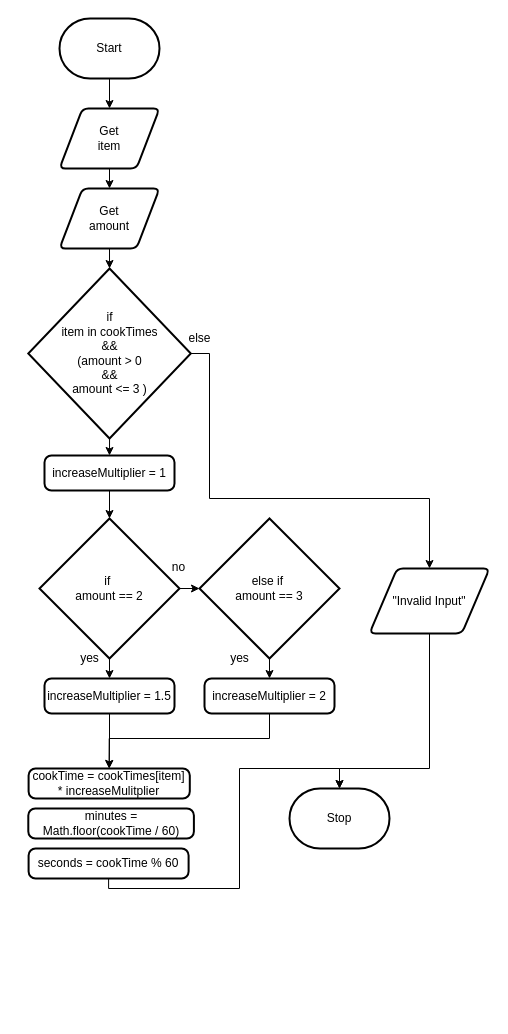
This is Unit1-03/design/flowchart.drawio from evan-beaudoin99/ICS4U-Unit1-Evan-Beaudoin, a draw.io file, before an edit. Source tidied: cells renumbered, new cells numbered last; positions are measured from the earlier drawing's top-left corner, leaving out a move shared by most shapes. Both pictures are drawn from the tidied source at 100%, with x=0, y=0 at pixel (28, 18).
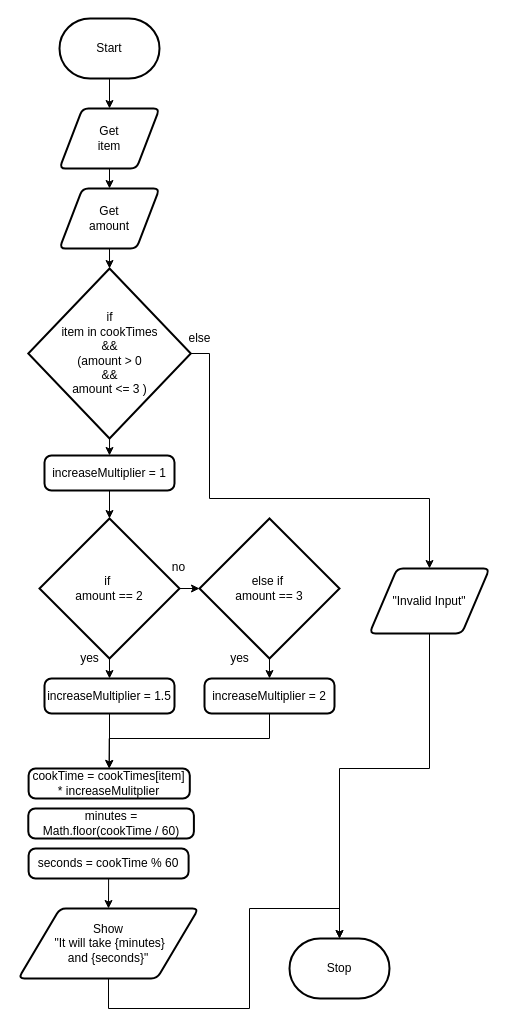
After the change.

The change refers to these unchanged cells:
```xml
<mxCell id="30" value="seconds = cookTime % 60" style="rounded=1;whiteSpace=wrap;html=1;absoluteArcSize=1;arcSize=14;strokeWidth=2;" parent="1" vertex="1">
  <mxGeometry x="0.1" y="830" width="160" height="30" as="geometry" />
</mxCell>
```

Diff of the diagram source:
```diff
@@
     <mxCell id="4" value="Stop" style="strokeWidth=2;html=1;shape=mxgraph.flowchart.terminator;whiteSpace=wrap;" parent="1" vertex="1">
-      <mxGeometry x="261" y="770" width="100" height="60" as="geometry" />
+      <mxGeometry x="261" y="920" width="100" height="60" as="geometry" />
     </mxCell>
@@
-    <mxCell id="29" style="edgeStyle=orthogonalEdgeStyle;rounded=0;html=1;exitX=0.5;exitY=1;exitDx=0;exitDy=0;entryX=0.5;entryY=0;entryDx=0;entryDy=0;entryPerimeter=0;" parent="1" edge="1" source="30" target="4">
-      <mxGeometry relative="1" as="geometry">
-        <Array as="points">
-          <mxPoint x="80" y="870" />
-          <mxPoint x="211" y="870" />
-          <mxPoint x="211" y="750" />
-          <mxPoint x="311" y="750" />
-        </Array>
-      </mxGeometry>
-    </mxCell>
+    <mxCell id="33" style="edgeStyle=none;html=1;exitX=0.5;exitY=1;exitDx=0;exitDy=0;entryX=0.5;entryY=0;entryDx=0;entryDy=0;" parent="1" edge="1" source="30" target="35">
+      <mxGeometry relative="1" as="geometry" />
+    </mxCell>
@@
+    <mxCell id="34" style="edgeStyle=orthogonalEdgeStyle;html=1;entryX=0.5;entryY=0;entryDx=0;entryDy=0;entryPerimeter=0;rounded=0;" parent="1" edge="1" source="35" target="4">
+      <mxGeometry relative="1" as="geometry">
+        <Array as="points">
+          <mxPoint x="80" y="990" />
+          <mxPoint x="221" y="990" />
+          <mxPoint x="221" y="890" />
+          <mxPoint x="311" y="890" />
+        </Array>
+      </mxGeometry>
+    </mxCell>
+    <mxCell id="35" value="Show&lt;br&gt;&amp;nbsp;&quot;It will take {minutes} &lt;br&gt;and {seconds}&quot;" style="shape=parallelogram;html=1;strokeWidth=2;perimeter=parallelogramPerimeter;whiteSpace=wrap;rounded=1;arcSize=12;size=0.23;" parent="1" vertex="1">
+      <mxGeometry x="-10" y="890" width="180" height="70" as="geometry" />
+    </mxCell>
```
